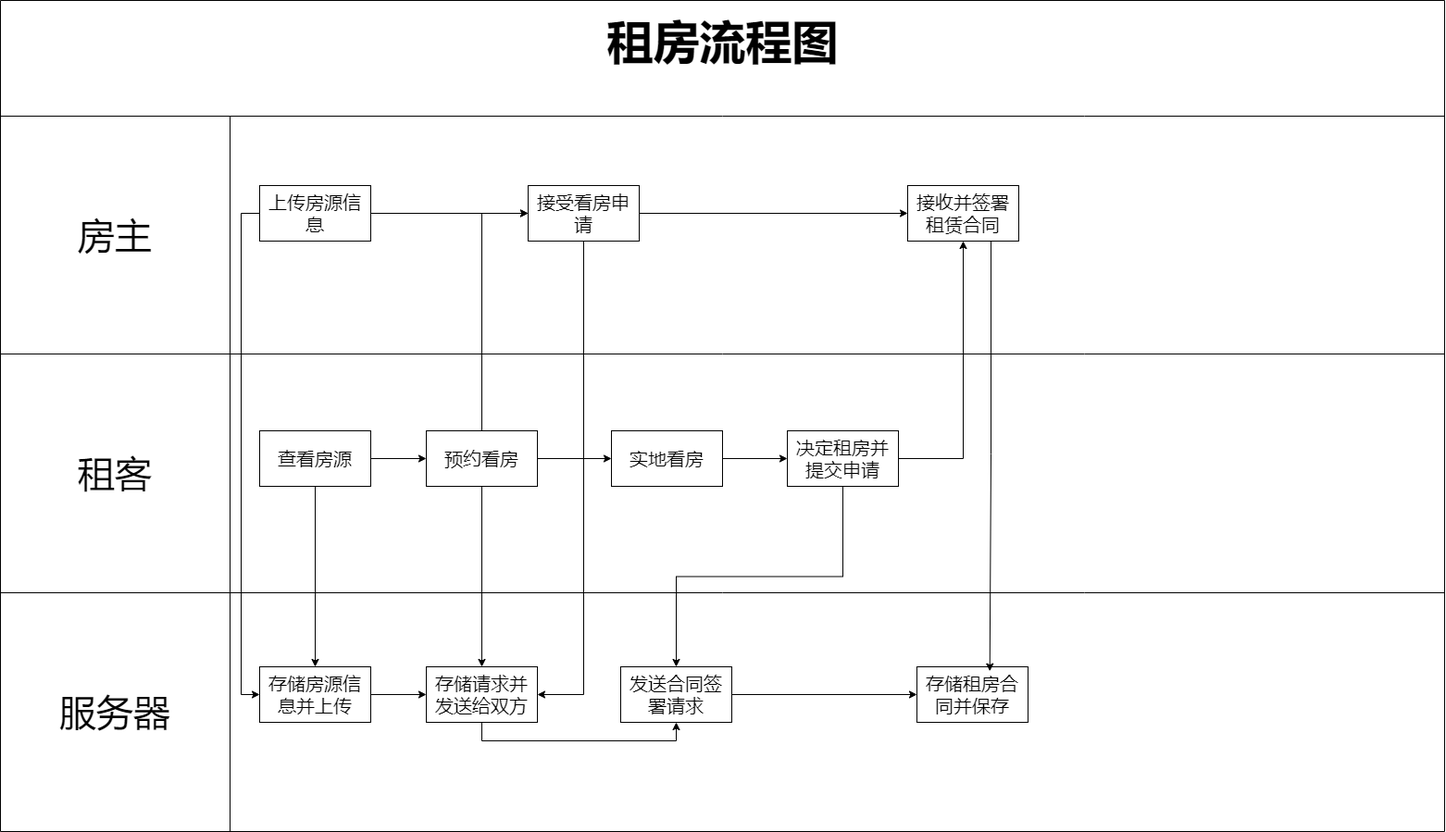
The draw.io diagram Plans/租房流程图.png in 1228785484/RentHouseThing, before a commit. Source tidied: cells renumbered, new cells last; positions are measured from the earlier drawing's top-left corner, leaving out a move shared by most shapes.
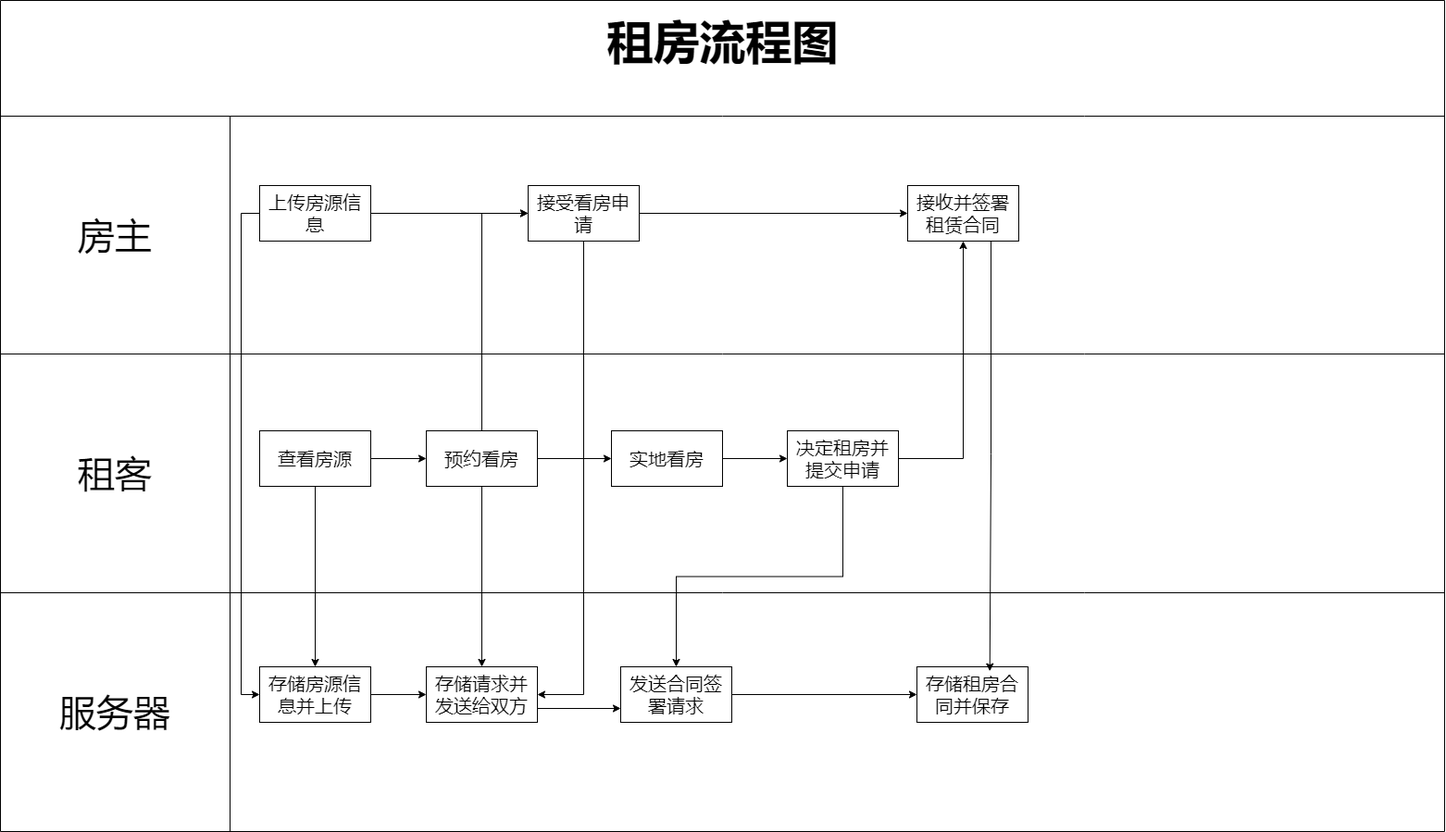
After the change.

Commit message:
租房流程图.png

What changed in the source:
```diff
@@ -104,7 +104,7 @@
     <mxCell id="35" value="&lt;span style=&quot;font-size: 20px;&quot;&gt;存储房源信息并上传&lt;/span&gt;" style="rounded=0;whiteSpace=wrap;html=1;" parent="1" vertex="1">
       <mxGeometry x="280" y="720" width="120" height="60" as="geometry" />
     </mxCell>
-    <mxCell id="36" style="edgeStyle=orthogonalEdgeStyle;rounded=0;jettySize=auto;html=1;exitX=0.5;exitY=1;exitDx=0;exitDy=0;entryX=0.5;entryY=1;entryDx=0;entryDy=0;" parent="1" edge="1" source="37" target="40">
+    <mxCell id="36" style="edgeStyle=orthogonalEdgeStyle;rounded=0;jettySize=auto;html=1;exitX=1;exitY=0.75;exitDx=0;exitDy=0;entryX=0;entryY=0.75;entryDx=0;entryDy=0;" parent="1" edge="1" source="37" target="40">
       <mxGeometry relative="1" as="geometry" />
     </mxCell>
     <mxCell id="37" value="&lt;span style=&quot;font-size: 20px;&quot;&gt;存储请求并发送给双方&lt;/span&gt;" style="rounded=0;whiteSpace=wrap;html=1;" parent="1" vertex="1">
```
